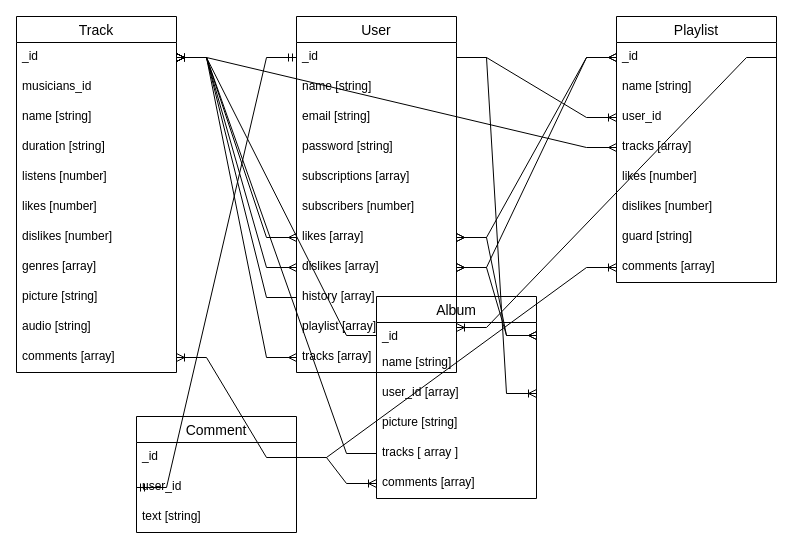
The draw.io diagram schemas/betify.drawio in tusvel/betify_backend, before the edit. Source tidied: cells renumbered, new cells numbered last; positions are measured from the earlier drawing's top-left corner, leaving out a move shared by most shapes. Both pictures are drawn from the tidied source at 100%, with x=0, y=0 at pixel (16, 16).
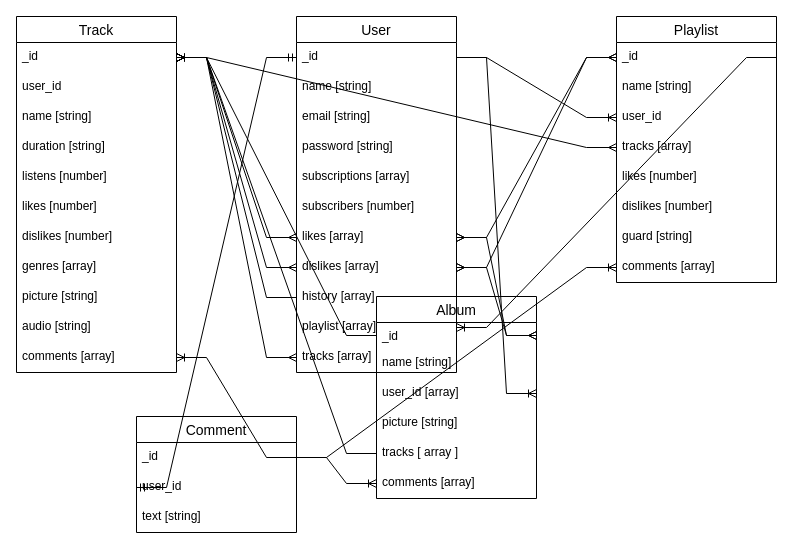
After the change.

Unchanged cells that the change refers to:
```xml
<mxCell id="2" value="Track" style="swimlane;fontStyle=0;horizontal=1;startSize=26;align=center;fontSize=14;" parent="1" vertex="1">
  <mxGeometry width="160" height="356" as="geometry" />
</mxCell>
```

The edit, as a diff of the source:
```diff
@@
-    <mxCell id="4" value="musicians_id" style="text;strokeColor=none;fillColor=none;spacingLeft=4;spacingRight=4;overflow=hidden;fontSize=12;" parent="2" vertex="1">
+    <mxCell id="4" value="user_id" style="text;strokeColor=none;fillColor=none;spacingLeft=4;spacingRight=4;overflow=hidden;fontSize=12;" parent="2" vertex="1">
       <mxGeometry y="56" width="160" height="30" as="geometry" />
     </mxCell>
```
